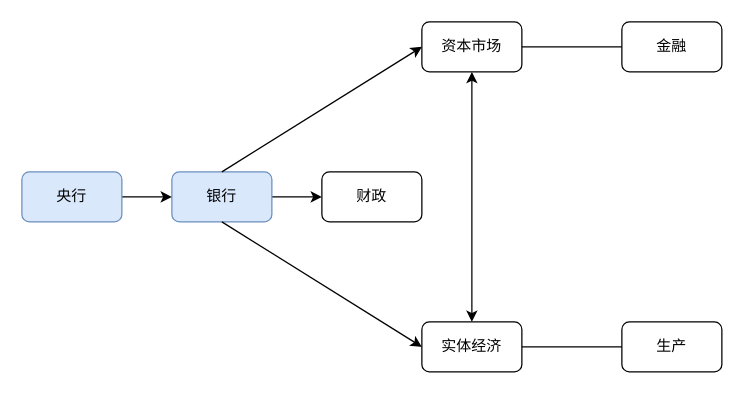
Above: 1.drawio in stelvetica/draw.io (draw.io), before the change. Source tidied: cells renumbered, new cells numbered last; positions are measured from the earlier drawing's top-left corner, leaving out a move shared by most shapes. Both pictures are drawn from the tidied source at 125%, with x=0, y=0 at pixel (21, 21).
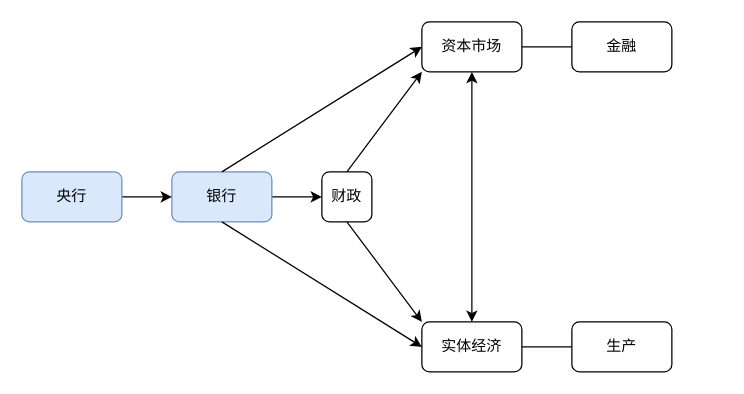
After the change.

Change to the diagram source:
```diff
@@
 <mxGraphModel>
   <root>
     <mxCell id="0" />
     <mxCell id="1" parent="0" />
     <mxCell id="2" value="资本市场" style="whiteSpace=wrap;html=1;rounded=1;" parent="1" vertex="1">
       <mxGeometry x="320" width="80" height="40" as="geometry" />
     </mxCell>
     <mxCell id="3" value="实体经济" style="whiteSpace=wrap;html=1;rounded=1;" parent="1" vertex="1">
       <mxGeometry x="320" y="240" width="80" height="40" as="geometry" />
     </mxCell>
     <mxCell id="4" style="edgeStyle=orthogonalEdgeStyle;rounded=1;jettySize=auto;html=1;" parent="1" edge="1" source="5" target="10">
       <mxGeometry relative="1" as="geometry" />
     </mxCell>
     <mxCell id="5" value="银行" style="whiteSpace=wrap;html=1;rounded=1;labelBackgroundColor=none;labelBorderColor=none;fillColor=#dae8fc;strokeColor=#6c8ebf;" parent="1" vertex="1">
       <mxGeometry x="120" y="120" width="80" height="40" as="geometry" />
     </mxCell>
     <mxCell id="6" style="edgeStyle=orthogonalEdgeStyle;rounded=1;jettySize=auto;html=1;" parent="1" edge="1" source="7" target="5">
       <mxGeometry relative="1" as="geometry" />
     </mxCell>
     <mxCell id="7" value="央行" style="whiteSpace=wrap;html=1;rounded=1;labelBackgroundColor=none;labelBorderColor=none;fillColor=#dae8fc;strokeColor=#6c8ebf;" parent="1" vertex="1">
       <mxGeometry y="120" width="80" height="40" as="geometry" />
     </mxCell>
     <mxCell id="8" style="endArrow=classic;html=1;rounded=1;entryX=0;entryY=0.5;entryDx=0;entryDy=0;exitX=0.5;exitY=1;exitDx=0;exitDy=0;" parent="1" edge="1" source="5" target="3">
       <mxGeometry relative="1" as="geometry" />
     </mxCell>
     <mxCell id="9" style="endArrow=classic;html=1;rounded=1;exitX=0.5;exitY=0;exitDx=0;exitDy=0;entryX=0;entryY=0.5;entryDx=0;entryDy=0;" parent="1" edge="1" source="5" target="2">
       <mxGeometry relative="1" as="geometry" />
     </mxCell>
     <mxCell id="10" value="财政" style="whiteSpace=wrap;html=1;rounded=1;" parent="1" vertex="1">
-      <mxGeometry x="240" y="120" width="80" height="40" as="geometry" />
+      <mxGeometry x="240" y="120" width="40" height="40" as="geometry" />
     </mxCell>
     <mxCell id="11" value="金融" style="whiteSpace=wrap;html=1;rounded=1;" parent="1" vertex="1">
-      <mxGeometry x="480" width="80" height="40" as="geometry" />
+      <mxGeometry x="440" width="80" height="40" as="geometry" />
     </mxCell>
     <mxCell id="12" value="生产" style="whiteSpace=wrap;html=1;rounded=1;" parent="1" vertex="1">
-      <mxGeometry x="480" y="240" width="80" height="40" as="geometry" />
+      <mxGeometry x="440" y="240" width="80" height="40" as="geometry" />
     </mxCell>
     <mxCell id="13" style="endArrow=classic;startArrow=classic;html=1;rounded=0;entryX=0.5;entryY=1;entryDx=0;entryDy=0;exitX=0.5;exitY=0;exitDx=0;exitDy=0;" parent="1" edge="1" source="3" target="2">
       <mxGeometry relative="1" as="geometry" />
     </mxCell>
     <mxCell id="14" style="endArrow=none;html=1;rounded=0;exitX=1;exitY=0.5;exitDx=0;exitDy=0;entryX=0;entryY=0.5;entryDx=0;entryDy=0;" parent="1" edge="1" source="3" target="12">
       <mxGeometry relative="1" as="geometry" />
     </mxCell>
     <mxCell id="15" style="endArrow=none;html=1;rounded=0;exitX=1;exitY=0.5;exitDx=0;exitDy=0;entryX=0;entryY=0.5;entryDx=0;entryDy=0;" parent="1" edge="1" source="2" target="11">
       <mxGeometry relative="1" as="geometry" />
     </mxCell>
+    <mxCell id="16" style="endArrow=classic;html=1;rounded=0;exitX=0.5;exitY=0;exitDx=0;exitDy=0;entryX=0;entryY=1;entryDx=0;entryDy=0;" parent="1" edge="1" source="10" target="2">
+      <mxGeometry relative="1" as="geometry" />
+    </mxCell>
+    <mxCell id="17" style="endArrow=classic;html=1;rounded=0;exitX=0.5;exitY=1;exitDx=0;exitDy=0;entryX=0;entryY=0;entryDx=0;entryDy=0;" parent="1" edge="1" source="10" target="3">
+      <mxGeometry relative="1" as="geometry" />
+    </mxCell>
   </root>
 </mxGraphModel>
```
